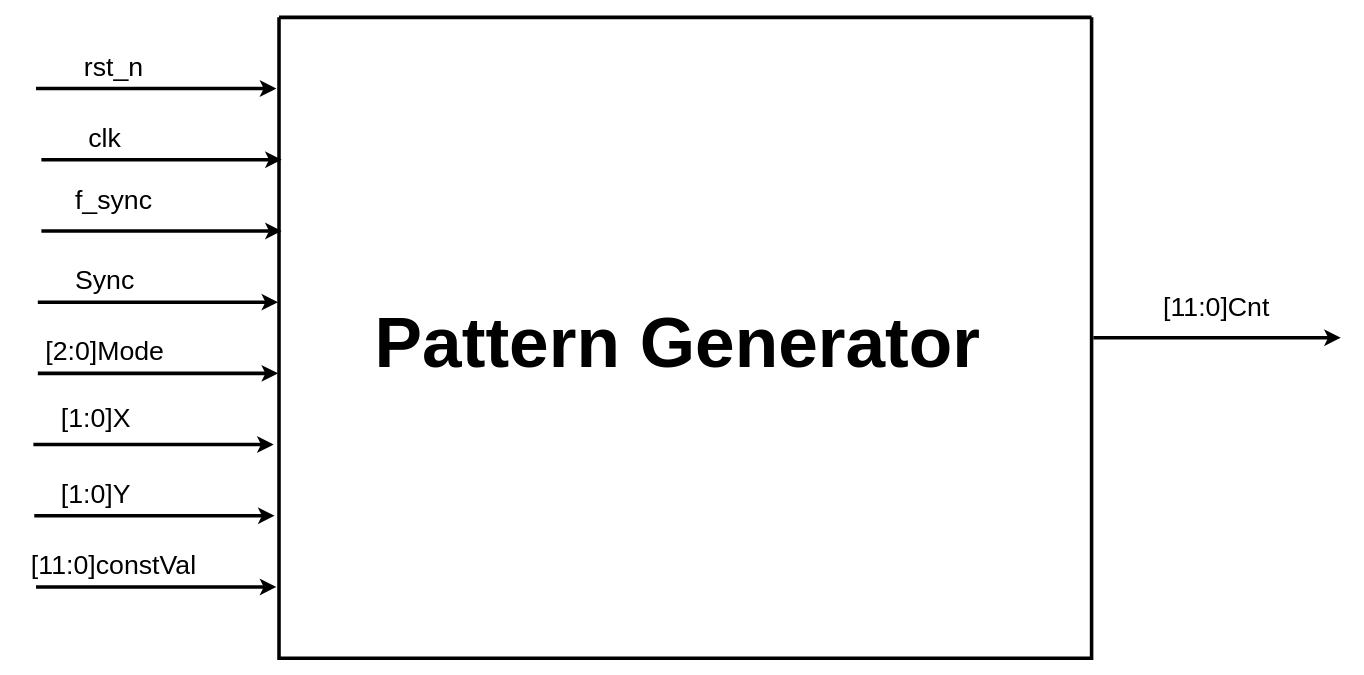
This is Diagrams/TOP.drawio from sabarioded/Patterns_Project, a draw.io file, before an edit. Source tidied: cells renumbered, new cells numbered last; positions are measured from the earlier drawing's top-left corner, leaving out a move shared by most shapes. Both pictures are drawn from the tidied source at 89%, with x=0, y=0 at pixel (20, 17).
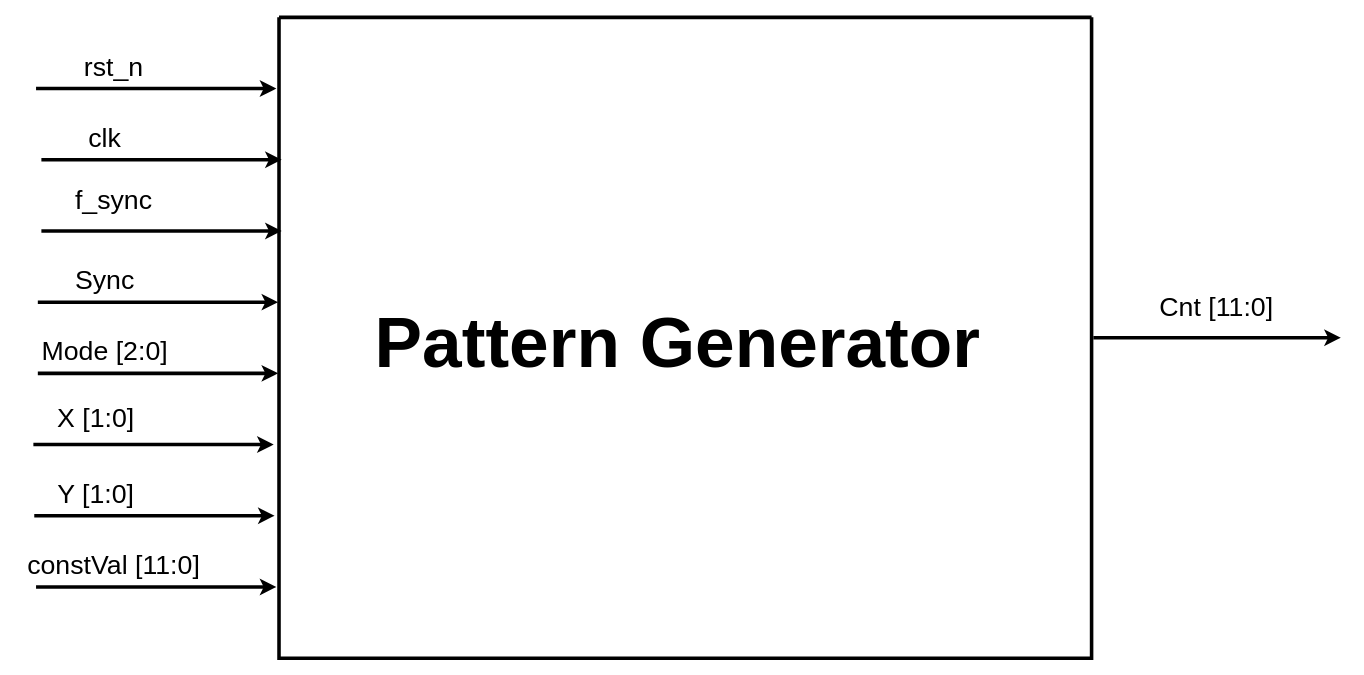
Above is the later version.

What changed in the source:
```diff
@@
-    <mxCell id="6" value="&lt;font style=&quot;font-size: 30px;&quot;&gt;[2:0]Mode&lt;/font&gt;" style="text;html=1;align=center;verticalAlign=middle;strokeColor=none;fillColor=none;" parent="1" vertex="1">
-      <mxGeometry x="15" y="350" width="160" height="50" as="geometry" />
+    <mxCell id="6" value="&lt;font style=&quot;font-size: 30px;&quot;&gt;Mode [2:0]&lt;/font&gt;" style="text;html=1;align=center;verticalAlign=middle;strokeColor=none;fillColor=none;" parent="1" vertex="1">
+      <mxGeometry x="10" y="350" width="170" height="50" as="geometry" />
     </mxCell>
-    <mxCell id="7" value="&lt;font style=&quot;font-size: 30px;&quot;&gt;[1:0]X&lt;/font&gt;" style="text;html=1;align=center;verticalAlign=middle;strokeColor=none;fillColor=none;" parent="1" vertex="1">
-      <mxGeometry x="35" y="425" width="100" height="50" as="geometry" />
+    <mxCell id="7" value="&lt;font style=&quot;font-size: 30px;&quot;&gt;X [1:0]&lt;/font&gt;" style="text;html=1;align=center;verticalAlign=middle;strokeColor=none;fillColor=none;" parent="1" vertex="1">
+      <mxGeometry x="30" y="425" width="110" height="50" as="geometry" />
     </mxCell>
-    <mxCell id="8" value="&lt;font style=&quot;font-size: 30px;&quot;&gt;[1:0]Y&lt;/font&gt;" style="text;html=1;align=center;verticalAlign=middle;strokeColor=none;fillColor=none;" parent="1" vertex="1">
-      <mxGeometry x="35" y="510" width="100" height="50" as="geometry" />
+    <mxCell id="8" value="&lt;font style=&quot;font-size: 30px;&quot;&gt;Y [1:0]&lt;/font&gt;" style="text;html=1;align=center;verticalAlign=middle;strokeColor=none;fillColor=none;" parent="1" vertex="1">
+      <mxGeometry x="30" y="510" width="110" height="50" as="geometry" />
     </mxCell>
@@
-    <mxCell id="10" value="&lt;font style=&quot;font-size: 30px;&quot;&gt;[11:0]constVal&lt;/font&gt;" style="text;html=1;align=center;verticalAlign=middle;strokeColor=none;fillColor=none;" parent="1" vertex="1">
-      <mxGeometry y="590" width="210" height="50" as="geometry" />
+    <mxCell id="10" value="&lt;font style=&quot;font-size: 30px;&quot;&gt;constVal [11:0]&lt;/font&gt;" style="text;html=1;align=center;verticalAlign=middle;strokeColor=none;fillColor=none;" parent="1" vertex="1">
+      <mxGeometry x="-5" y="590" width="220" height="50" as="geometry" />
     </mxCell>
@@
-    <mxCell id="12" value="&lt;font style=&quot;font-size: 30px;&quot;&gt;[11:0]Cnt&lt;/font&gt;" style="text;html=1;align=center;verticalAlign=middle;strokeColor=none;fillColor=none;" parent="1" vertex="1">
-      <mxGeometry x="1274" y="300" width="140" height="50" as="geometry" />
+    <mxCell id="12" value="&lt;font style=&quot;font-size: 30px;&quot;&gt;Cnt&amp;nbsp;&lt;/font&gt;&lt;span style=&quot;font-size: 30px;&quot;&gt;[11:0]&lt;/span&gt;" style="text;html=1;align=center;verticalAlign=middle;strokeColor=none;fillColor=none;" parent="1" vertex="1">
+      <mxGeometry x="1269" y="300" width="150" height="50" as="geometry" />
     </mxCell>
```
